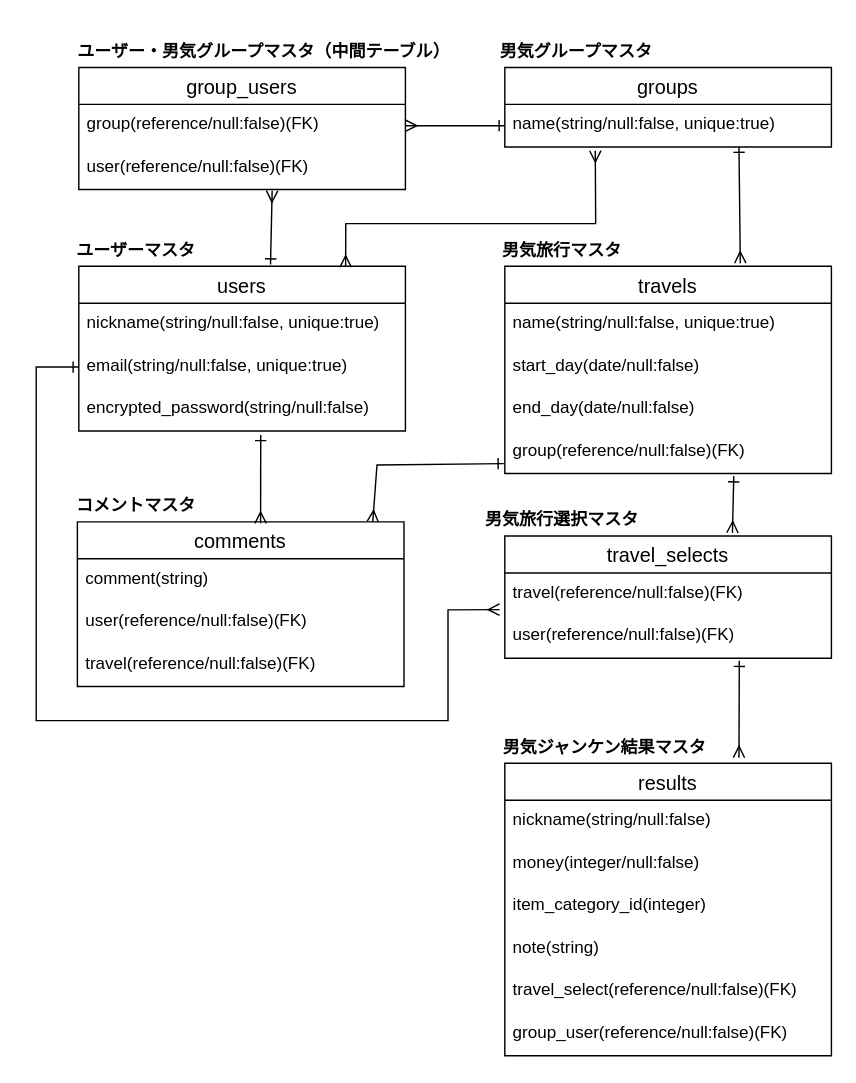
The draw.io diagram ER.dio in Shira3yuriharu/otokogi-janken-app, before the edit. Source tidied: cells renumbered, new cells numbered last; positions are measured from the earlier drawing's top-left corner, leaving out a move shared by most shapes. Both pictures are drawn from the tidied source at 142%, with x=0, y=0 at pixel (36, 24).
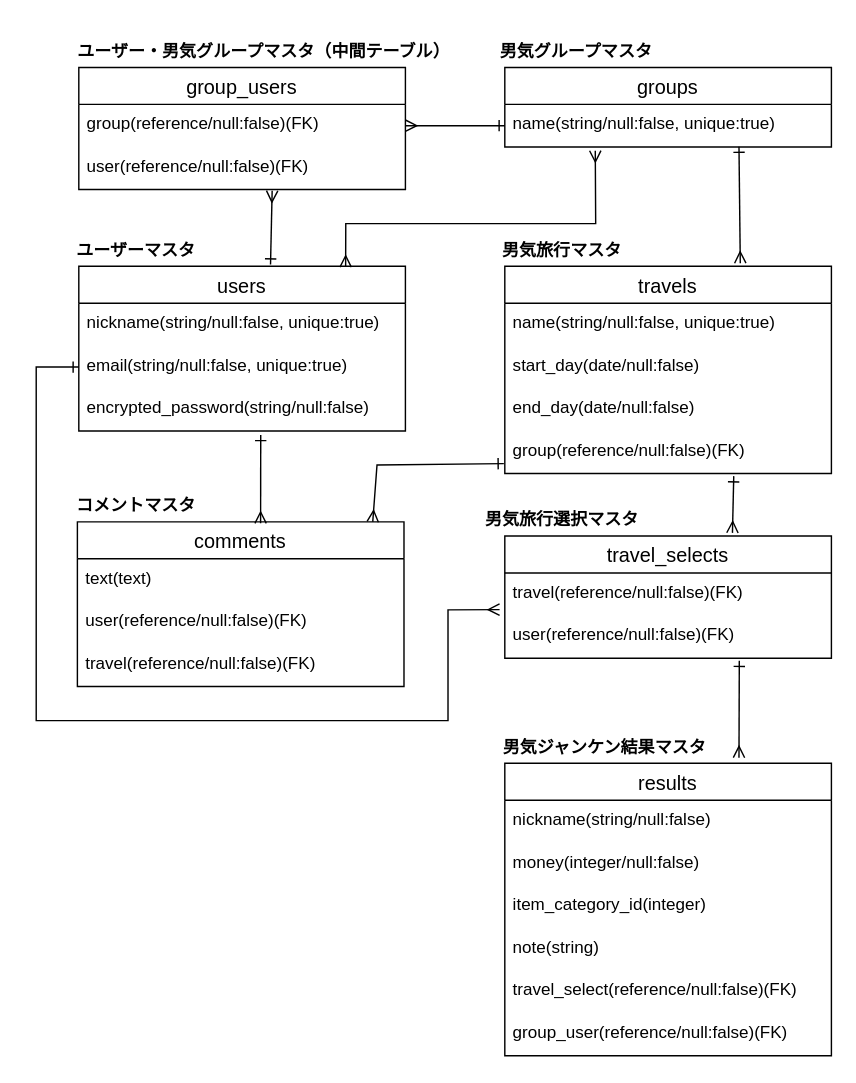
The same page after the edit.

The change refers to these unchanged cells:
```xml
<mxCell id="33" value="comments" style="swimlane;fontStyle=0;horizontal=1;startSize=26;align=center;fontSize=14;" parent="1" vertex="1">
  <mxGeometry x="29" y="350" width="230" height="116" as="geometry" />
</mxCell>
```

What changed in the source:
```diff
@@
-    <mxCell id="34" value="comment(string)" style="text;strokeColor=none;fillColor=none;spacingLeft=4;spacingRight=4;overflow=hidden;fontSize=12;" parent="33" vertex="1">
+    <mxCell id="34" value="text(text)" style="text;strokeColor=none;fillColor=none;spacingLeft=4;spacingRight=4;overflow=hidden;fontSize=12;" parent="33" vertex="1">
       <mxGeometry y="26" width="230" height="30" as="geometry" />
     </mxCell>
```
